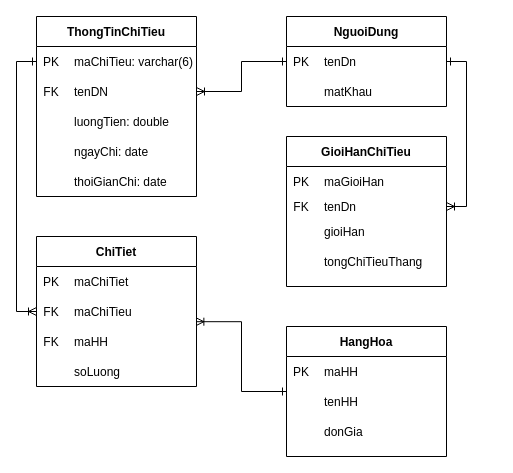
This is Diagrams/ERD.drawio from AkallHuynh/IS216.L21.HTCL-Java, a draw.io file, before an edit. Source tidied: cells renumbered, new cells numbered last; positions are measured from the earlier drawing's top-left corner, leaving out a move shared by most shapes. Both pictures are drawn from the tidied source at 100%, with x=0, y=0 at pixel (16, 16).
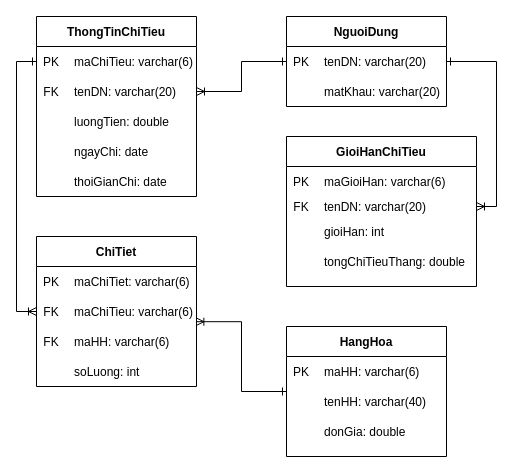
Above is the later version.

Unchanged cells that the change refers to:
```xml
<mxCell id="8" style="shape=partialRectangle;fillColor=none;top=0;left=0;bottom=0;right=0;points=[[0,0.5],[1,0.5]];portConstraint=eastwest;" parent="4" vertex="1">
  <mxGeometry y="30" width="160" height="30" as="geometry" />
</mxCell>
<mxCell id="37" style="shape=partialRectangle;fillColor=none;top=0;left=0;bottom=0;right=0;" parent="36" vertex="1">
  <mxGeometry width="160" height="30" as="geometry" />
</mxCell>
<mxCell id="40" style="shape=partialRectangle;fillColor=none;top=0;left=0;bottom=0;right=0;" parent="36" vertex="1">
  <mxGeometry y="30" width="160" height="30" as="geometry" />
</mxCell>
<mxCell id="43" style="shape=partialRectangle;fillColor=none;top=0;left=0;bottom=0;right=0;" parent="36" vertex="1">
  <mxGeometry y="60" width="160" height="30" as="geometry" />
</mxCell>
<mxCell id="48" style="shape=partialRectangle;fillColor=none;top=0;left=0;bottom=0;right=0;" parent="47" vertex="1">
  <mxGeometry width="160" height="30" as="geometry" />
</mxCell>
<mxCell id="51" style="shape=partialRectangle;fillColor=none;top=0;left=0;bottom=0;right=0;points=[[0,0.5],[1,0.5]];portConstraint=eastwest;" parent="47" vertex="1">
  <mxGeometry y="30" width="160" height="30" as="geometry" />
</mxCell>
<mxCell id="54" style="shape=partialRectangle;fillColor=none;top=0;left=0;bottom=0;right=0;" parent="47" vertex="1">
  <mxGeometry y="60" width="160" height="30" as="geometry" />
</mxCell>
<mxCell id="57" style="shape=partialRectangle;fillColor=none;top=0;left=0;bottom=0;right=0;" parent="47" vertex="1">
  <mxGeometry y="90" width="160" height="30" as="geometry" />
</mxCell>
<mxCell id="63" style="shape=partialRectangle;fillColor=none;top=0;left=0;bottom=0;right=0;points=[[0,0.5],[1,0.5]];portConstraint=eastwest;" parent="62" vertex="1">
  <mxGeometry width="160" height="30" as="geometry" />
</mxCell>
<mxCell id="66" style="shape=partialRectangle;fillColor=none;top=0;left=0;bottom=0;right=0;" parent="62" vertex="1">
  <mxGeometry y="30" width="160" height="30" as="geometry" />
</mxCell>
```

Change to the diagram source:
```diff
@@
-    <mxCell id="10" value="tenDN" style="shape=partialRectangle;fillColor=none;top=0;left=0;bottom=0;right=0;align=left;spacingLeft=6;overflow=hidden;" parent="8" vertex="1">
+    <mxCell id="10" value="tenDN: varchar(20)" style="shape=partialRectangle;fillColor=none;top=0;left=0;bottom=0;right=0;align=left;spacingLeft=6;overflow=hidden;" parent="8" vertex="1">
       <mxGeometry x="30" width="130" height="30" as="geometry" />
     </mxCell>
@@
     <mxCell id="20" value="GioiHanChiTieu" style="swimlane;fontStyle=1;horizontal=1;startSize=30;fillColor=#ffffff;swimlaneFillColor=#ffffff;" parent="1" vertex="1">
-      <mxGeometry x="270" y="120" width="160" height="150" as="geometry" />
+      <mxGeometry x="270" y="120" width="190" height="150" as="geometry" />
     </mxCell>
     <mxCell id="21" style="shape=table;startSize=0;childLayout=tableLayout;rowLines=0;fontStyle=0;align=center;strokeColor=none;fillColor=none;" parent="20" vertex="1">
-      <mxGeometry y="30" width="160" height="120" as="geometry" />
+      <mxGeometry y="30" width="190" height="120" as="geometry" />
     </mxCell>
     <mxCell id="22" style="shape=partialRectangle;fillColor=none;top=0;left=0;bottom=0;right=0;" parent="21" vertex="1">
-      <mxGeometry width="160" height="30" as="geometry" />
+      <mxGeometry width="190" height="30" as="geometry" />
     </mxCell>
@@
-    <mxCell id="24" value="maGioiHan" style="shape=partialRectangle;fillColor=none;top=0;left=0;bottom=0;right=0;align=left;spacingLeft=6;overflow=hidden;" parent="22" vertex="1">
-      <mxGeometry x="30" width="130" height="30" as="geometry" />
+    <mxCell id="24" value="maGioiHan: varchar(6)" style="shape=partialRectangle;fillColor=none;top=0;left=0;bottom=0;right=0;align=left;spacingLeft=6;overflow=hidden;" parent="22" vertex="1">
+      <mxGeometry x="30" width="160" height="30" as="geometry" />
     </mxCell>
     <mxCell id="25" style="shape=partialRectangle;fillColor=none;top=0;left=0;bottom=0;right=0;points=[[0,0.5],[1,0.5]];portConstraint=eastwest;" parent="21" vertex="1">
-      <mxGeometry y="30" width="160" height="20" as="geometry" />
+      <mxGeometry y="30" width="190" height="20" as="geometry" />
     </mxCell>
@@
-    <mxCell id="27" value="tenDn" style="shape=partialRectangle;fillColor=none;top=0;left=0;bottom=0;right=0;align=left;spacingLeft=6;overflow=hidden;" parent="25" vertex="1">
-      <mxGeometry x="30" width="130" height="20" as="geometry" />
+    <mxCell id="27" value="tenDN: varchar(20)" style="shape=partialRectangle;fillColor=none;top=0;left=0;bottom=0;right=0;align=left;spacingLeft=6;overflow=hidden;" parent="25" vertex="1">
+      <mxGeometry x="30" width="160" height="20" as="geometry" />
     </mxCell>
     <mxCell id="28" style="shape=partialRectangle;fillColor=none;top=0;left=0;bottom=0;right=0;" parent="21" vertex="1">
-      <mxGeometry y="50" width="160" height="30" as="geometry" />
+      <mxGeometry y="50" width="190" height="30" as="geometry" />
     </mxCell>
@@
-    <mxCell id="30" value="gioiHan" style="shape=partialRectangle;fillColor=none;top=0;left=0;bottom=0;right=0;align=left;spacingLeft=6;overflow=hidden;" parent="28" vertex="1">
-      <mxGeometry x="30" width="130" height="30" as="geometry" />
+    <mxCell id="30" value="gioiHan: int" style="shape=partialRectangle;fillColor=none;top=0;left=0;bottom=0;right=0;align=left;spacingLeft=6;overflow=hidden;" parent="28" vertex="1">
+      <mxGeometry x="30" width="160" height="30" as="geometry" />
     </mxCell>
     <mxCell id="31" style="shape=partialRectangle;fillColor=none;top=0;left=0;bottom=0;right=0;" parent="21" vertex="1">
-      <mxGeometry y="80" width="160" height="30" as="geometry" />
+      <mxGeometry y="80" width="190" height="30" as="geometry" />
     </mxCell>
@@
-    <mxCell id="33" value="tongChiTieuThang" style="shape=partialRectangle;fillColor=none;top=0;left=0;bottom=0;right=0;align=left;spacingLeft=6;overflow=hidden;" parent="31" vertex="1">
-      <mxGeometry x="30" width="130" height="30" as="geometry" />
+    <mxCell id="33" value="tongChiTieuThang: double" style="shape=partialRectangle;fillColor=none;top=0;left=0;bottom=0;right=0;align=left;spacingLeft=6;overflow=hidden;" parent="31" vertex="1">
+      <mxGeometry x="30" width="160" height="30" as="geometry" />
     </mxCell>
@@
-    <mxCell id="39" value="maHH" style="shape=partialRectangle;fillColor=none;top=0;left=0;bottom=0;right=0;align=left;spacingLeft=6;overflow=hidden;" parent="37" vertex="1">
+    <mxCell id="39" value="maHH: varchar(6)" style="shape=partialRectangle;fillColor=none;top=0;left=0;bottom=0;right=0;align=left;spacingLeft=6;overflow=hidden;" parent="37" vertex="1">
       <mxGeometry x="30" width="130" height="30" as="geometry" />
     </mxCell>
@@
-    <mxCell id="42" value="tenHH" style="shape=partialRectangle;fillColor=none;top=0;left=0;bottom=0;right=0;align=left;spacingLeft=6;overflow=hidden;" parent="40" vertex="1">
+    <mxCell id="42" value="tenHH: varchar(40)" style="shape=partialRectangle;fillColor=none;top=0;left=0;bottom=0;right=0;align=left;spacingLeft=6;overflow=hidden;" parent="40" vertex="1">
       <mxGeometry x="30" width="130" height="30" as="geometry" />
     </mxCell>
@@
-    <mxCell id="45" value="donGia" style="shape=partialRectangle;fillColor=none;top=0;left=0;bottom=0;right=0;align=left;spacingLeft=6;overflow=hidden;" parent="43" vertex="1">
+    <mxCell id="45" value="donGia: double" style="shape=partialRectangle;fillColor=none;top=0;left=0;bottom=0;right=0;align=left;spacingLeft=6;overflow=hidden;" parent="43" vertex="1">
       <mxGeometry x="30" width="130" height="30" as="geometry" />
     </mxCell>
@@
-    <mxCell id="50" value="maChiTiet" style="shape=partialRectangle;fillColor=none;top=0;left=0;bottom=0;right=0;align=left;spacingLeft=6;overflow=hidden;" parent="48" vertex="1">
+    <mxCell id="50" value="maChiTiet: varchar(6)" style="shape=partialRectangle;fillColor=none;top=0;left=0;bottom=0;right=0;align=left;spacingLeft=6;overflow=hidden;" parent="48" vertex="1">
       <mxGeometry x="30" width="130" height="30" as="geometry" />
     </mxCell>
@@
-    <mxCell id="53" value="maChiTieu" style="shape=partialRectangle;fillColor=none;top=0;left=0;bottom=0;right=0;align=left;spacingLeft=6;overflow=hidden;" parent="51" vertex="1">
+    <mxCell id="53" value="maChiTieu: varchar(6)" style="shape=partialRectangle;fillColor=none;top=0;left=0;bottom=0;right=0;align=left;spacingLeft=6;overflow=hidden;" parent="51" vertex="1">
       <mxGeometry x="30" width="130" height="30" as="geometry" />
     </mxCell>
@@
-    <mxCell id="56" value="maHH" style="shape=partialRectangle;fillColor=none;top=0;left=0;bottom=0;right=0;align=left;spacingLeft=6;overflow=hidden;" parent="54" vertex="1">
+    <mxCell id="56" value="maHH: varchar(6)" style="shape=partialRectangle;fillColor=none;top=0;left=0;bottom=0;right=0;align=left;spacingLeft=6;overflow=hidden;" parent="54" vertex="1">
       <mxGeometry x="30" width="130" height="30" as="geometry" />
     </mxCell>
@@
-    <mxCell id="59" value="soLuong" style="shape=partialRectangle;fillColor=none;top=0;left=0;bottom=0;right=0;align=left;spacingLeft=6;overflow=hidden;" parent="57" vertex="1">
+    <mxCell id="59" value="soLuong: int" style="shape=partialRectangle;fillColor=none;top=0;left=0;bottom=0;right=0;align=left;spacingLeft=6;overflow=hidden;" parent="57" vertex="1">
       <mxGeometry x="30" width="130" height="30" as="geometry" />
     </mxCell>
@@
-    <mxCell id="65" value="tenDn" style="shape=partialRectangle;fillColor=none;top=0;left=0;bottom=0;right=0;align=left;spacingLeft=6;overflow=hidden;" parent="63" vertex="1">
+    <mxCell id="65" value="tenDN: varchar(20)" style="shape=partialRectangle;fillColor=none;top=0;left=0;bottom=0;right=0;align=left;spacingLeft=6;overflow=hidden;" parent="63" vertex="1">
       <mxGeometry x="30" width="130" height="30" as="geometry" />
     </mxCell>
@@
-    <mxCell id="68" value="matKhau" style="shape=partialRectangle;fillColor=none;top=0;left=0;bottom=0;right=0;align=left;spacingLeft=6;overflow=hidden;" parent="66" vertex="1">
+    <mxCell id="68" value="matKhau: varchar(20)" style="shape=partialRectangle;fillColor=none;top=0;left=0;bottom=0;right=0;align=left;spacingLeft=6;overflow=hidden;" parent="66" vertex="1">
       <mxGeometry x="30" width="130" height="30" as="geometry" />
     </mxCell>
     <mxCell id="69" style="edgeStyle=orthogonalEdgeStyle;rounded=0;jettySize=auto;html=1;startArrow=ERone;startFill=0;endArrow=ERoneToMany;endFill=0;" parent="1" edge="1" source="63" target="25">
       <mxGeometry relative="1" as="geometry">
         <Array as="points">
-          <mxPoint x="450" y="45" />
-          <mxPoint x="450" y="190" />
+          <mxPoint x="480" y="45" />
+          <mxPoint x="480" y="190" />
         </Array>
       </mxGeometry>
     </mxCell>
```
